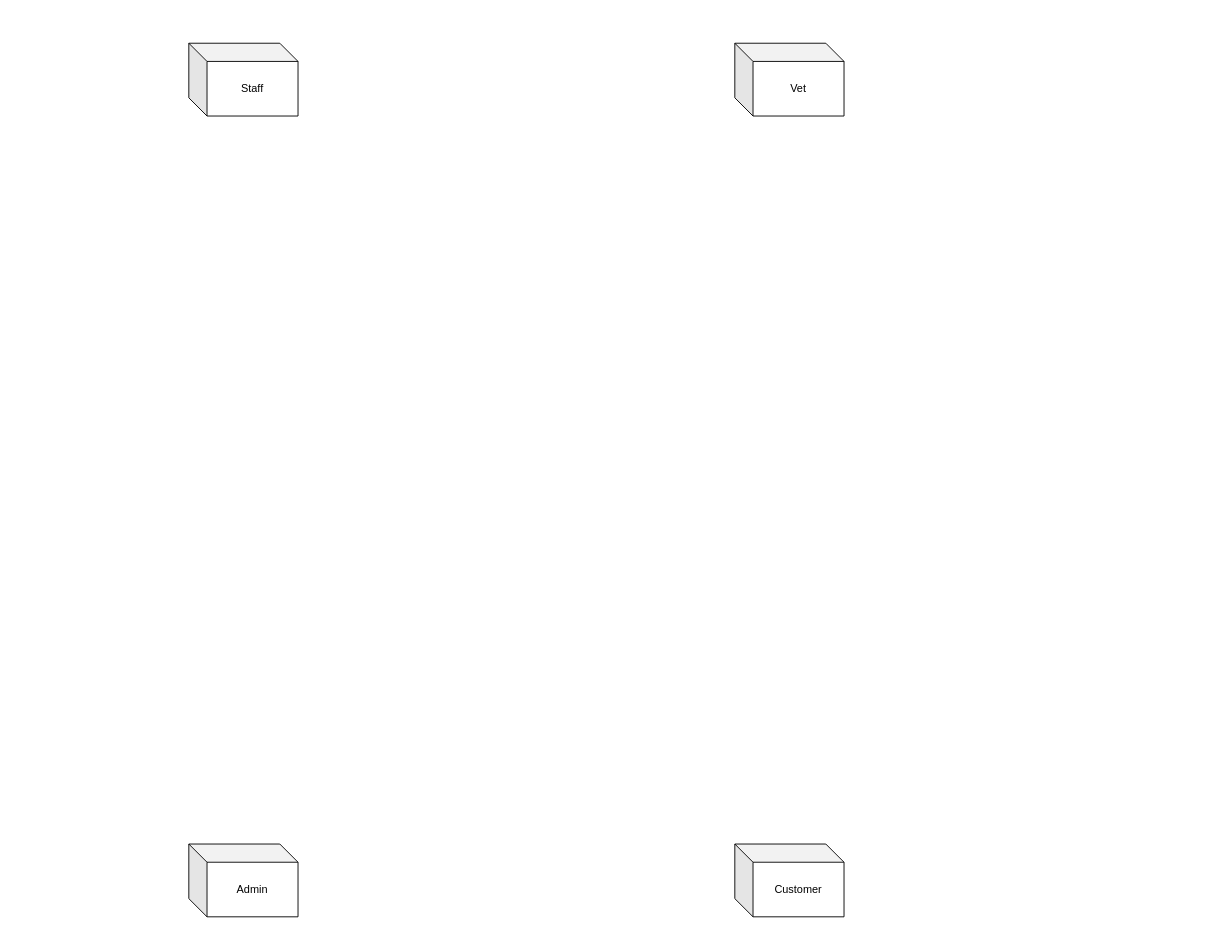
Above: page "DFD Level 0" (3 of 4) of SDPflowchart.drawio in Kentcwk26/SDP (draw.io), before the change. Source tidied: cells renumbered, new cells numbered last; positions are measured from the earlier drawing's top-left corner, leaving out a move shared by most shapes. Both pictures are drawn from the tidied source at 91%, with x=0, y=0 at pixel (188, 43).
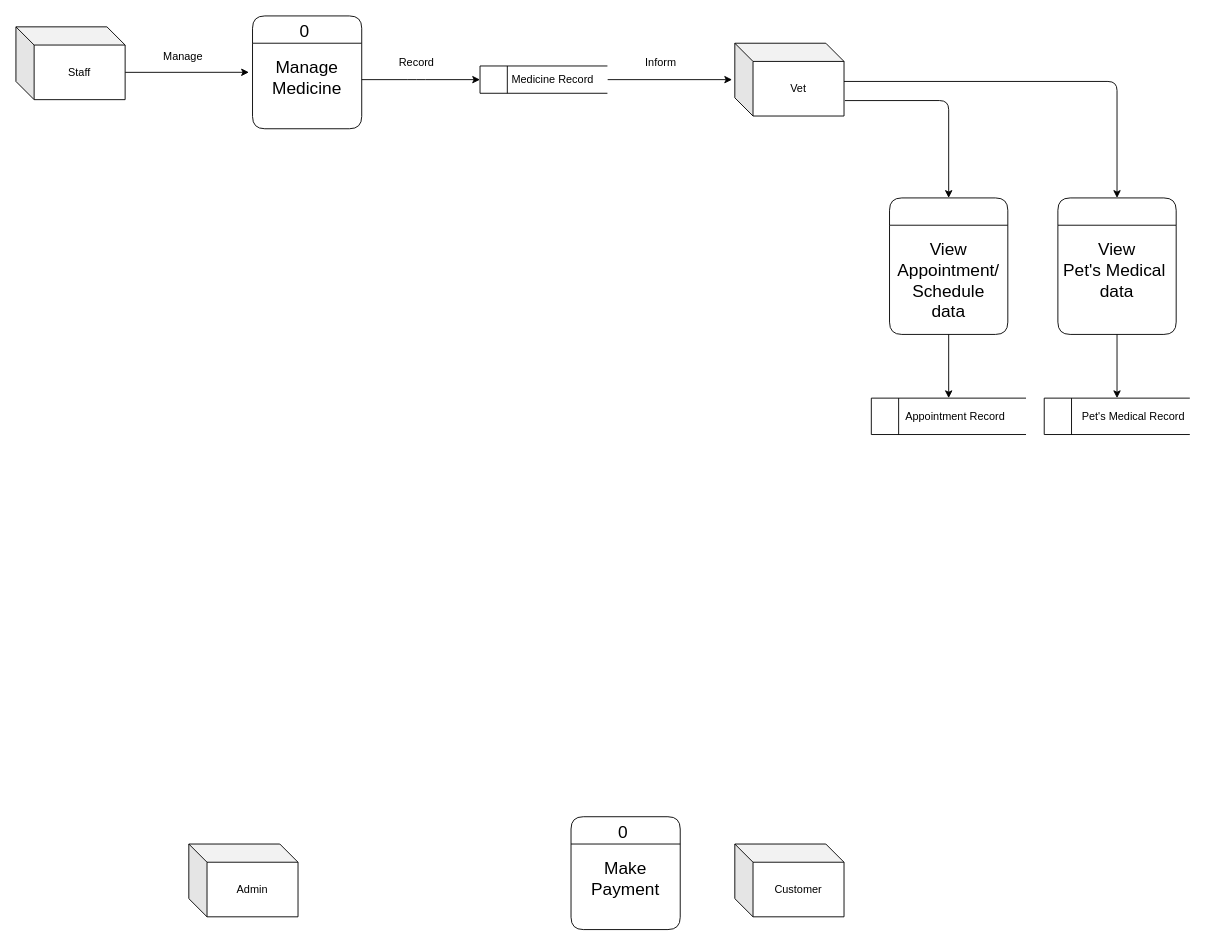
After the change.

The change refers to these unchanged cells:
```xml
<mxCell id="3" value="Vet" style="shape=cube;whiteSpace=wrap;html=1;boundedLbl=1;backgroundOutline=1;darkOpacity=0.05;darkOpacity2=0.1;" parent="1" vertex="1">
  <mxGeometry x="600" width="120" height="80" as="geometry" />
</mxCell>
```

The edit, as a diff of the source:
```diff
@@
+    <mxCell id="6" style="edgeStyle=orthogonalEdgeStyle;html=1;exitX=0;exitY=0;exitDx=120;exitDy=50;exitPerimeter=0;entryX=-0.033;entryY=0.34;entryDx=0;entryDy=0;entryPerimeter=0;" parent="1" edge="1" source="2" target="13">
+      <mxGeometry relative="1" as="geometry" />
+    </mxCell>
     <mxCell id="2" value="Staff" style="shape=cube;whiteSpace=wrap;html=1;boundedLbl=1;backgroundOutline=1;darkOpacity=0.05;darkOpacity2=0.1;" parent="1" vertex="1">
-      <mxGeometry width="120" height="80" as="geometry" />
+      <mxGeometry x="-190" y="-18" width="120" height="80" as="geometry" />
     </mxCell>
@@
+    <mxCell id="7" style="swimlane;fontStyle=0;horizontal=1;startSize=30;fillColor=none;rounded=1;fontSize=19;strokeWidth=1;swimlaneLine=1;" parent="1" vertex="1">
+      <mxGeometry x="770" y="170" width="130" height="150" as="geometry" />
+    </mxCell>
+    <mxCell id="8" value="View Appointment/&#10;Schedule data" style="text;strokeColor=none;fillColor=none;align=center;verticalAlign=top;spacingLeft=4;spacingRight=4;overflow=hidden;rounded=1;fontSize=19;spacingTop=9;whiteSpace=wrap;" parent="7" vertex="1">
+      <mxGeometry y="30" width="130" height="120" as="geometry" />
+    </mxCell>
+    <mxCell id="9" value="0 " style="swimlane;fontStyle=0;horizontal=1;startSize=30;fillColor=none;rounded=1;fontSize=19;strokeWidth=1;swimlaneLine=1;" parent="1" vertex="1">
+      <mxGeometry x="420" y="850" width="120" height="124" as="geometry" />
+    </mxCell>
+    <mxCell id="10" value="Make Payment" style="text;strokeColor=none;fillColor=none;align=center;verticalAlign=top;spacingLeft=4;spacingRight=4;overflow=hidden;rounded=1;fontSize=19;spacingTop=9;whiteSpace=wrap;" parent="9" vertex="1">
+      <mxGeometry y="30" width="120" height="94" as="geometry" />
+    </mxCell>
+    <mxCell id="11" style="endArrow=classic;html=1;exitX=1.008;exitY=0.788;exitDx=0;exitDy=0;exitPerimeter=0;entryX=0.5;entryY=0;entryDx=0;entryDy=0;" parent="1" edge="1" source="3" target="7">
+      <mxGeometry relative="1" as="geometry">
+        <Array as="points">
+          <mxPoint x="835" y="63" />
+        </Array>
+      </mxGeometry>
+    </mxCell>
+    <mxCell id="12" value="0 " style="swimlane;fontStyle=0;horizontal=1;startSize=30;fillColor=none;rounded=1;fontSize=19;strokeWidth=1;swimlaneLine=1;" parent="1" vertex="1">
+      <mxGeometry x="70" y="-30" width="120" height="124" as="geometry" />
+    </mxCell>
+    <mxCell id="13" value="Manage Medicine" style="text;strokeColor=none;fillColor=none;align=center;verticalAlign=top;spacingLeft=4;spacingRight=4;overflow=hidden;points=[[0,0.5],[1,0.5]];portConstraint=eastwest;rounded=1;fontSize=19;spacingTop=9;whiteSpace=wrap;" parent="12" vertex="1">
+      <mxGeometry y="30" width="120" height="94" as="geometry" />
+    </mxCell>
+    <mxCell id="14" style="swimlane;fontStyle=0;horizontal=1;startSize=30;fillColor=none;rounded=1;fontSize=19;strokeWidth=1;swimlaneLine=1;" parent="1" vertex="1">
+      <mxGeometry x="955" y="170" width="130" height="150" as="geometry" />
+    </mxCell>
+    <mxCell id="15" value="View &#10;Pet's Medical  data" style="text;strokeColor=none;fillColor=none;align=center;verticalAlign=top;spacingLeft=4;spacingRight=4;overflow=hidden;rounded=1;fontSize=19;spacingTop=9;whiteSpace=wrap;" parent="14" vertex="1">
+      <mxGeometry y="30" width="130" height="120" as="geometry" />
+    </mxCell>
+    <mxCell id="16" style="endArrow=classic;html=1;exitX=1;exitY=0.525;exitDx=0;exitDy=0;exitPerimeter=0;entryX=0.5;entryY=0;entryDx=0;entryDy=0;" parent="1" edge="1" source="3" target="14">
+      <mxGeometry relative="1" as="geometry">
+        <Array as="points">
+          <mxPoint x="1020" y="42" />
+        </Array>
+      </mxGeometry>
+    </mxCell>
+    <mxCell id="17" value="&amp;nbsp; &amp;nbsp; &amp;nbsp; &amp;nbsp; &amp;nbsp; Appointment Record&amp;nbsp;" style="html=1;dashed=0;whitespace=wrap;shape=mxgraph.dfd.dataStoreID;align=left;spacingLeft=3;points=[[0,0],[0.5,0],[1,0],[0,0.5],[1,0.5],[0,1],[0.5,1],[1,1]];" parent="1" vertex="1">
+      <mxGeometry x="750" y="390" width="170" height="40" as="geometry" />
+    </mxCell>
+    <mxCell id="18" value="&amp;nbsp; &amp;nbsp; &amp;nbsp; &amp;nbsp; &amp;nbsp; &amp;nbsp;Pet's Medical Record" style="html=1;dashed=0;whitespace=wrap;shape=mxgraph.dfd.dataStoreID;align=left;spacingLeft=3;points=[[0,0],[0.5,0],[1,0],[0,0.5],[1,0.5],[0,1],[0.5,1],[1,1]];" parent="1" vertex="1">
+      <mxGeometry x="940" y="390" width="160" height="40" as="geometry" />
+    </mxCell>
+    <mxCell id="19" style="endArrow=classic;html=1;entryX=0.5;entryY=0;entryDx=0;entryDy=0;" parent="1" edge="1" target="17">
+      <mxGeometry relative="1" as="geometry">
+        <mxPoint x="835" y="320" as="sourcePoint" />
+      </mxGeometry>
+    </mxCell>
+    <mxCell id="20" style="endArrow=classic;html=1;entryX=0.5;entryY=0;entryDx=0;entryDy=0;" parent="1" edge="1" target="18">
+      <mxGeometry relative="1" as="geometry">
+        <mxPoint x="1020" y="320" as="sourcePoint" />
+      </mxGeometry>
+    </mxCell>
+    <mxCell id="21" style="edgeStyle=orthogonalEdgeStyle;html=1;exitX=1;exitY=0.5;exitDx=0;exitDy=0;entryX=-0.025;entryY=0.5;entryDx=0;entryDy=0;entryPerimeter=0;" parent="1" edge="1" source="22" target="3">
+      <mxGeometry relative="1" as="geometry" />
+    </mxCell>
+    <mxCell id="22" value="&amp;nbsp; &amp;nbsp; &amp;nbsp; &amp;nbsp; &amp;nbsp;Medicine Record" style="html=1;dashed=0;whitespace=wrap;shape=mxgraph.dfd.dataStoreID;align=left;spacingLeft=3;points=[[0,0],[0.5,0],[1,0],[0,0.5],[1,0.5],[0,1],[0.5,1],[1,1]];" parent="1" vertex="1">
+      <mxGeometry x="320" y="25" width="140" height="30" as="geometry" />
+    </mxCell>
+    <mxCell id="23" style="edgeStyle=orthogonalEdgeStyle;html=1;entryX=0;entryY=0.5;entryDx=0;entryDy=0;" parent="1" edge="1" source="13" target="22">
+      <mxGeometry relative="1" as="geometry">
+        <Array as="points">
+          <mxPoint x="250" y="40" />
+          <mxPoint x="250" y="40" />
+        </Array>
+      </mxGeometry>
+    </mxCell>
+    <mxCell id="24" value="Inform&amp;nbsp;" style="text;html=1;align=center;verticalAlign=middle;strokeColor=none;fillColor=none;" parent="1" vertex="1">
+      <mxGeometry x="490" y="7" width="60" height="30" as="geometry" />
+    </mxCell>
+    <mxCell id="25" value="Record" style="text;html=1;align=center;verticalAlign=middle;strokeColor=none;fillColor=none;" parent="1" vertex="1">
+      <mxGeometry x="220" y="7" width="60" height="30" as="geometry" />
+    </mxCell>
+    <mxCell id="26" value="Manage&amp;nbsp;" style="text;html=1;align=center;verticalAlign=middle;strokeColor=none;fillColor=none;" parent="1" vertex="1">
+      <mxGeometry x="-40" width="70" height="30" as="geometry" />
+    </mxCell>
```
